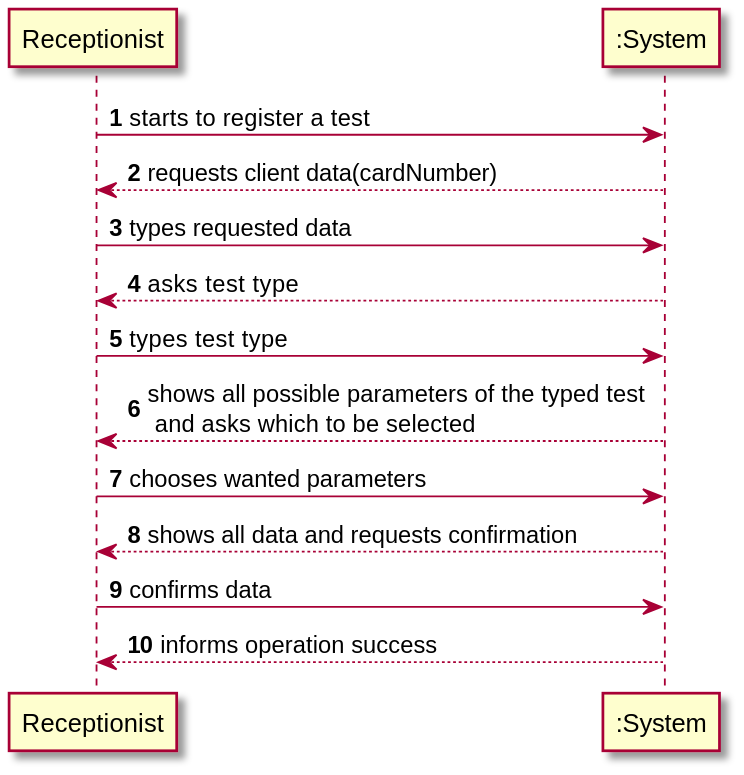
Before: docs/SprintC/US4/US4_SSD.svg, a diagram exported from PlantUML (MadDinosaur/ISEP-LAPR2). Its diagram source:
```plantuml
@startuml
autonumber

Receptionist -> ":System" : starts to register a test
":System" --> Receptionist : requests client data(cardNumber)
Receptionist -> ":System" : types requested data
":System" --> Receptionist : asks test type
Receptionist -> ":System" : types test type
":System" --> Receptionist : shows all possible parameters of the typed test \n and asks which to be selected
Receptionist -> ":System" : chooses wanted parameters
":System" --> Receptionist : shows all data and requests confirmation
Receptionist -> ":System" : confirms data
":System" --> Receptionist : informs operation success


@enduml
```
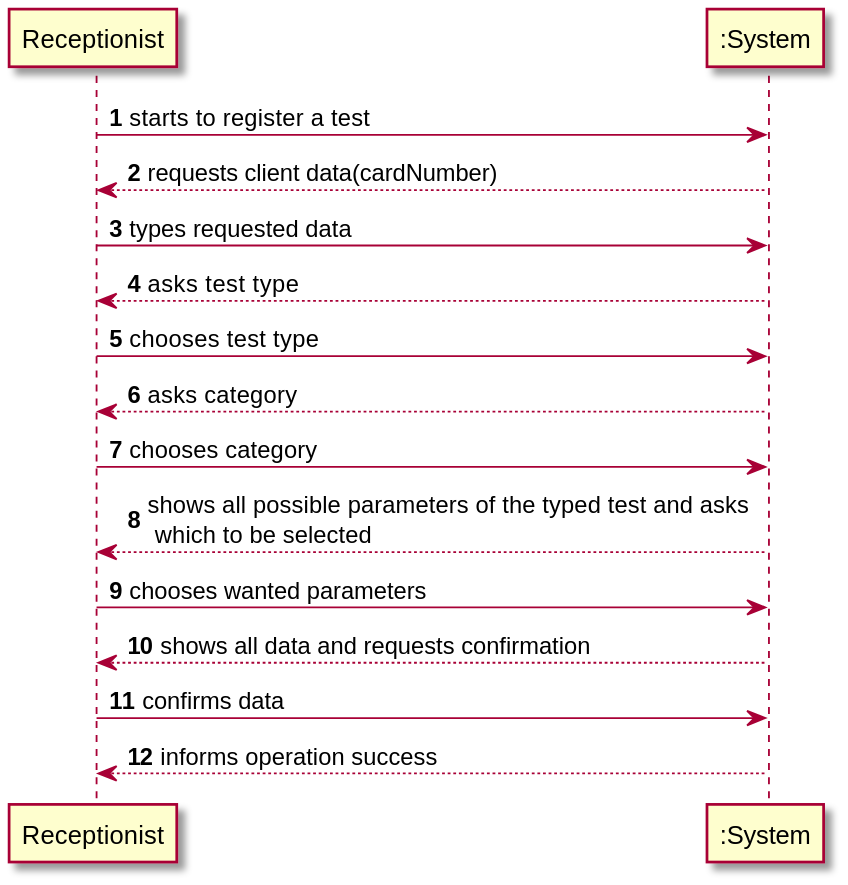
The same diagram one commit later.

What changed in the source:
```diff
@@ -5,8 +5,10 @@
 ":System" --> Receptionist : requests client data(cardNumber)
 Receptionist -> ":System" : types requested data
 ":System" --> Receptionist : asks test type
-Receptionist -> ":System" : types test type
-":System" --> Receptionist : shows all possible parameters of the typed test \n and asks which to be selected
+Receptionist -> ":System" : chooses test type
+":System" --> Receptionist : asks category
+Receptionist -> ":System" : chooses category
+":System" --> Receptionist : shows all possible parameters of the typed test and asks \n which to be selected
 Receptionist -> ":System" : chooses wanted parameters
 ":System" --> Receptionist : shows all data and requests confirmation
 Receptionist -> ":System" : confirms data
```
